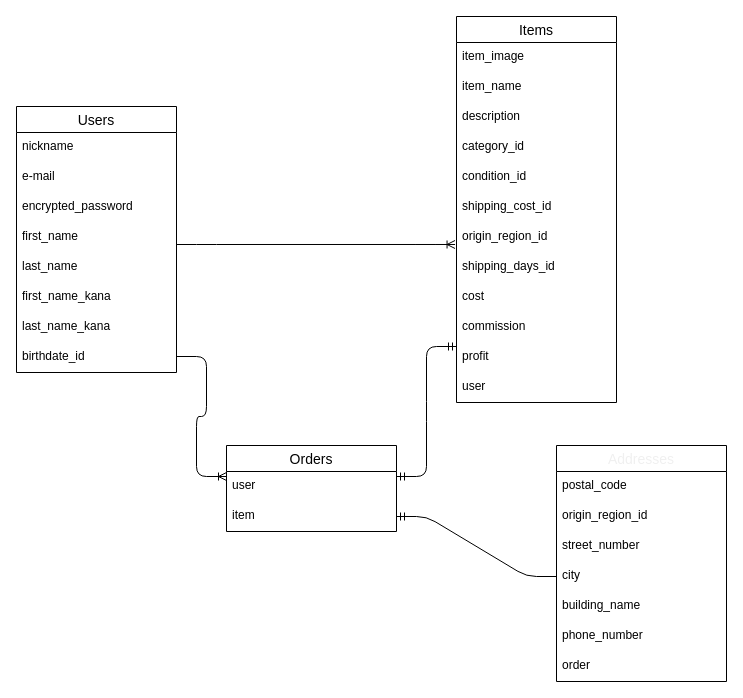
Above: furima.dio in amajun0202/furima-39998 (draw.io), before the change. Source tidied: cells renumbered, new cells numbered last; positions are measured from the earlier drawing's top-left corner, leaving out a move shared by most shapes. Both pictures are drawn from the tidied source at 100%, with x=0, y=0 at pixel (16, 16).
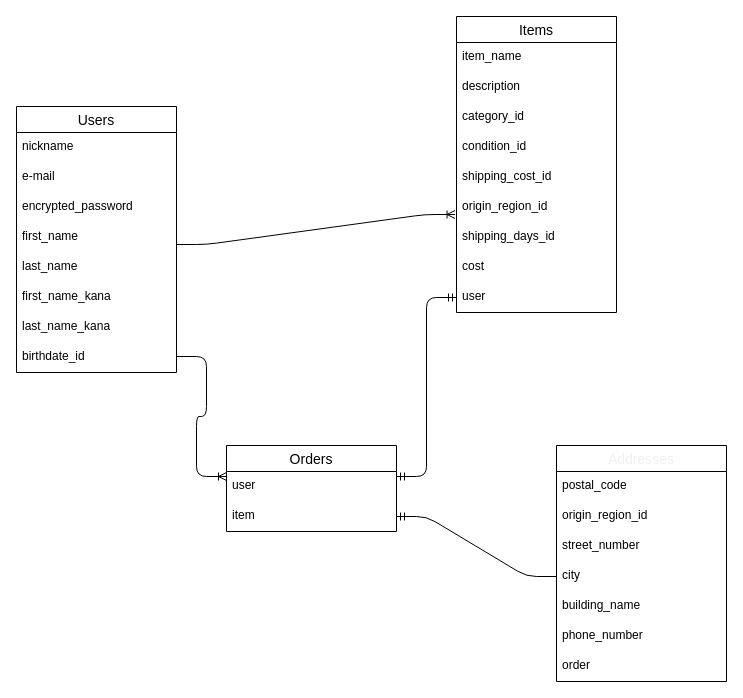
After the change.

Change to the diagram source:
```diff
@@
     <mxCell id="11" value="Items" style="swimlane;fontStyle=0;horizontal=1;startSize=26;align=center;fontSize=14;" parent="1" vertex="1">
-      <mxGeometry x="440" width="160" height="386" as="geometry" />
+      <mxGeometry x="440" width="160" height="296" as="geometry" />
     </mxCell>
-    <mxCell id="12" value="item_image" style="text;strokeColor=none;fillColor=none;spacingLeft=4;spacingRight=4;overflow=hidden;fontSize=12;" parent="11" vertex="1">
-      <mxGeometry y="26" width="160" height="30" as="geometry" />
-    </mxCell>
     <mxCell id="13" value="item_name" style="text;strokeColor=none;fillColor=none;spacingLeft=4;spacingRight=4;overflow=hidden;fontSize=12;" parent="11" vertex="1">
-      <mxGeometry y="56" width="160" height="30" as="geometry" />
+      <mxGeometry y="26" width="160" height="30" as="geometry" />
     </mxCell>
     <mxCell id="14" value="description" style="text;strokeColor=none;fillColor=none;spacingLeft=4;spacingRight=4;overflow=hidden;fontSize=12;" parent="11" vertex="1">
-      <mxGeometry y="86" width="160" height="30" as="geometry" />
+      <mxGeometry y="56" width="160" height="30" as="geometry" />
     </mxCell>
     <mxCell id="15" value="category_id" style="text;strokeColor=none;fillColor=none;spacingLeft=4;spacingRight=4;overflow=hidden;fontSize=12;" parent="11" vertex="1">
-      <mxGeometry y="116" width="160" height="30" as="geometry" />
+      <mxGeometry y="86" width="160" height="30" as="geometry" />
     </mxCell>
     <mxCell id="16" value="condition_id" style="text;strokeColor=none;fillColor=none;spacingLeft=4;spacingRight=4;overflow=hidden;fontSize=12;" parent="11" vertex="1">
-      <mxGeometry y="146" width="160" height="30" as="geometry" />
+      <mxGeometry y="116" width="160" height="30" as="geometry" />
     </mxCell>
     <mxCell id="17" value="shipping_cost_id" style="text;strokeColor=none;fillColor=none;spacingLeft=4;spacingRight=4;overflow=hidden;fontSize=12;" parent="11" vertex="1">
-      <mxGeometry y="176" width="160" height="30" as="geometry" />
+      <mxGeometry y="146" width="160" height="30" as="geometry" />
     </mxCell>
     <mxCell id="18" value="origin_region_id" style="text;strokeColor=none;fillColor=none;spacingLeft=4;spacingRight=4;overflow=hidden;fontSize=12;" parent="11" vertex="1">
-      <mxGeometry y="206" width="160" height="30" as="geometry" />
+      <mxGeometry y="176" width="160" height="30" as="geometry" />
     </mxCell>
     <mxCell id="19" value="shipping_days_id" style="text;strokeColor=none;fillColor=none;spacingLeft=4;spacingRight=4;overflow=hidden;points=[[0,0.5],[1,0.5]];portConstraint=eastwest;fontSize=12;" parent="11" vertex="1">
-      <mxGeometry y="236" width="160" height="30" as="geometry" />
+      <mxGeometry y="206" width="160" height="30" as="geometry" />
     </mxCell>
     <mxCell id="20" value="cost" style="text;strokeColor=none;fillColor=none;spacingLeft=4;spacingRight=4;overflow=hidden;fontSize=12;" parent="11" vertex="1">
-      <mxGeometry y="266" width="160" height="30" as="geometry" />
+      <mxGeometry y="236" width="160" height="30" as="geometry" />
     </mxCell>
-    <mxCell id="21" value="commission" style="text;strokeColor=none;fillColor=none;spacingLeft=4;spacingRight=4;overflow=hidden;fontSize=12;" parent="11" vertex="1">
-      <mxGeometry y="296" width="160" height="30" as="geometry" />
-    </mxCell>
-    <mxCell id="22" value="profit" style="text;strokeColor=none;fillColor=none;spacingLeft=4;spacingRight=4;overflow=hidden;fontSize=12;" parent="11" vertex="1">
-      <mxGeometry y="326" width="160" height="30" as="geometry" />
-    </mxCell>
     <mxCell id="23" value="user" style="text;strokeColor=none;fillColor=none;spacingLeft=4;spacingRight=4;overflow=hidden;points=[[0,0.5],[1,0.5]];portConstraint=eastwest;fontSize=12;" parent="11" vertex="1">
-      <mxGeometry y="356" width="160" height="30" as="geometry" />
+      <mxGeometry y="266" width="160" height="30" as="geometry" />
     </mxCell>
@@
-    <mxCell id="25" style="edgeStyle=entityRelationEdgeStyle;fontSize=12;html=1;endArrow=ERmandOne;startArrow=ERmandOne;" parent="1" edge="1">
+    <mxCell id="25" style="edgeStyle=entityRelationEdgeStyle;fontSize=12;html=1;endArrow=ERmandOne;startArrow=ERmandOne;entryX=0;entryY=0.5;entryDx=0;entryDy=0;" parent="1" edge="1" target="23">
       <mxGeometry relative="1" as="geometry">
         <mxPoint x="380" y="460" as="sourcePoint" />
-        <mxPoint x="440" y="330" as="targetPoint" />
       </mxGeometry>
     </mxCell>
```
